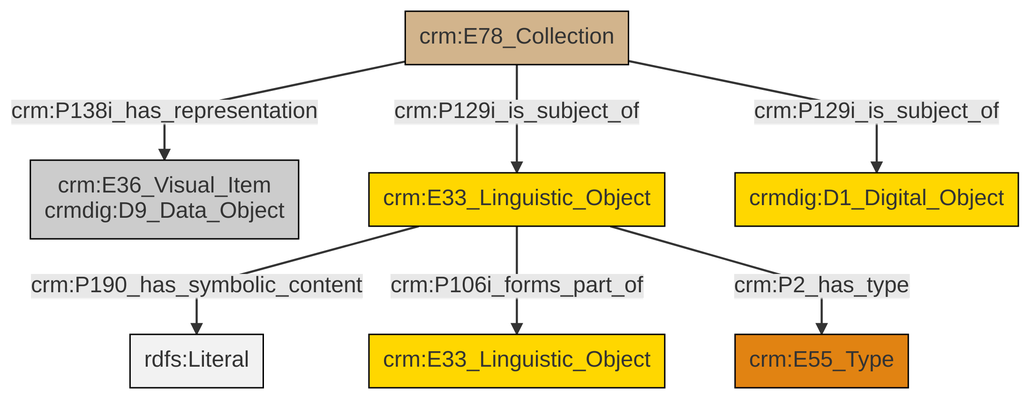
Before: et/archivalCSV/ttl/mmd/png/archival_docs.png, a diagram exported from Mermaid (swiss-art-research-net/docs.swissartresearch). Its source is kept beside it as et/archivalCSV/ttl/mmd/archival_docs.ttl.mmd.
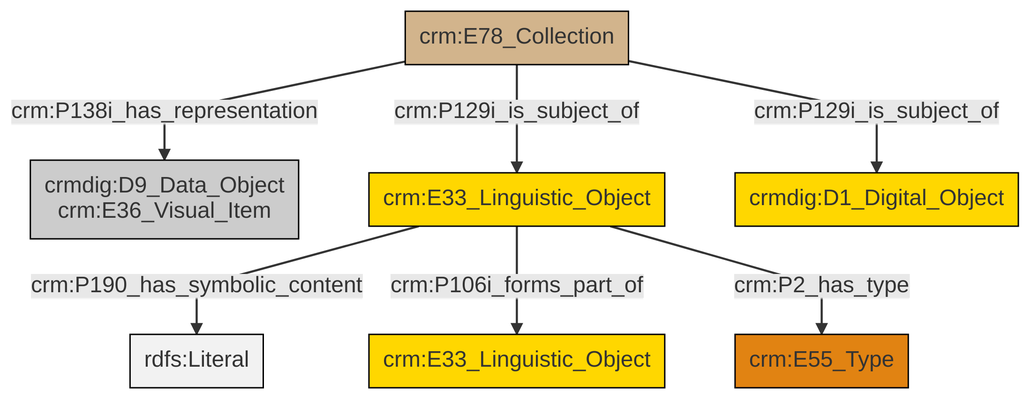
After the change.

The edit, as a diff of the source:
```diff
@@ -13,9 +13,9 @@
 classDef PC_Classes fill:#4ce600, stroke:#000000;
 classDef Multi fill:#cccccc,stroke:#000000;
 
-5["crm:E78_Collection"]:::Physical_Thing -->|crm:P138i_has_representation| 2["crm:E36_Visual_Item<br>crmdig:D9_Data_Object"]:::Multi
-6["crm:E33_Linguistic_Object"]:::Conceptual_Object -->|crm:P190_has_symbolic_content| 7[rdfs:Literal]:::Literal
-6["crm:E33_Linguistic_Object"]:::Conceptual_Object -->|crm:P106i_forms_part_of| 0["crm:E33_Linguistic_Object"]:::Conceptual_Object
-6["crm:E33_Linguistic_Object"]:::Conceptual_Object -->|crm:P2_has_type| 8["crm:E55_Type"]:::Type
-5["crm:E78_Collection"]:::Physical_Thing -->|crm:P129i_is_subject_of| 6["crm:E33_Linguistic_Object"]:::Conceptual_Object
-5["crm:E78_Collection"]:::Physical_Thing -->|crm:P129i_is_subject_of| 13["crmdig:D1_Digital_Object"]:::Conceptual_Object
+0["crm:E78_Collection"]:::Physical_Thing -->|crm:P129i_is_subject_of| 7["crmdig:D1_Digital_Object"]:::Conceptual_Object
+4["crm:E33_Linguistic_Object"]:::Conceptual_Object -->|crm:P190_has_symbolic_content| 8[rdfs:Literal]:::Literal
+0["crm:E78_Collection"]:::Physical_Thing -->|crm:P138i_has_representation| 2["crmdig:D9_Data_Object<br>crm:E36_Visual_Item"]:::Multi
+0["crm:E78_Collection"]:::Physical_Thing -->|crm:P129i_is_subject_of| 4["crm:E33_Linguistic_Object"]:::Conceptual_Object
+4["crm:E33_Linguistic_Object"]:::Conceptual_Object -->|crm:P106i_forms_part_of| 9["crm:E33_Linguistic_Object"]:::Conceptual_Object
+4["crm:E33_Linguistic_Object"]:::Conceptual_Object -->|crm:P2_has_type| 11["crm:E55_Type"]:::Type
```
